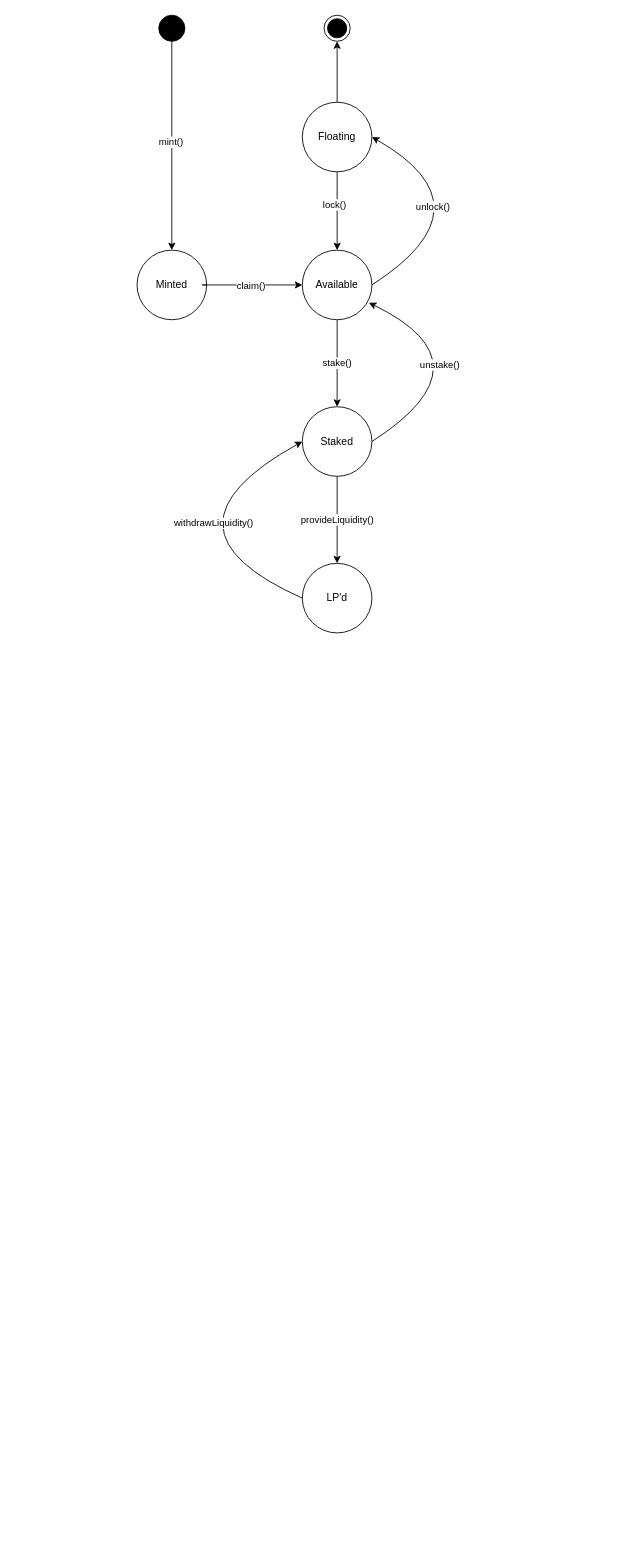
superfluid-org/fluid keeps this draw.io diagram as docs/supInLocker.drawio. Above is the earlier version. Source tidied: cells renumbered, new cells numbered last; positions are measured from the earlier drawing's top-left corner, leaving out a move shared by most shapes. Both pictures are drawn from the tidied source at 87%, with x=0, y=0 at pixel (137, 15).
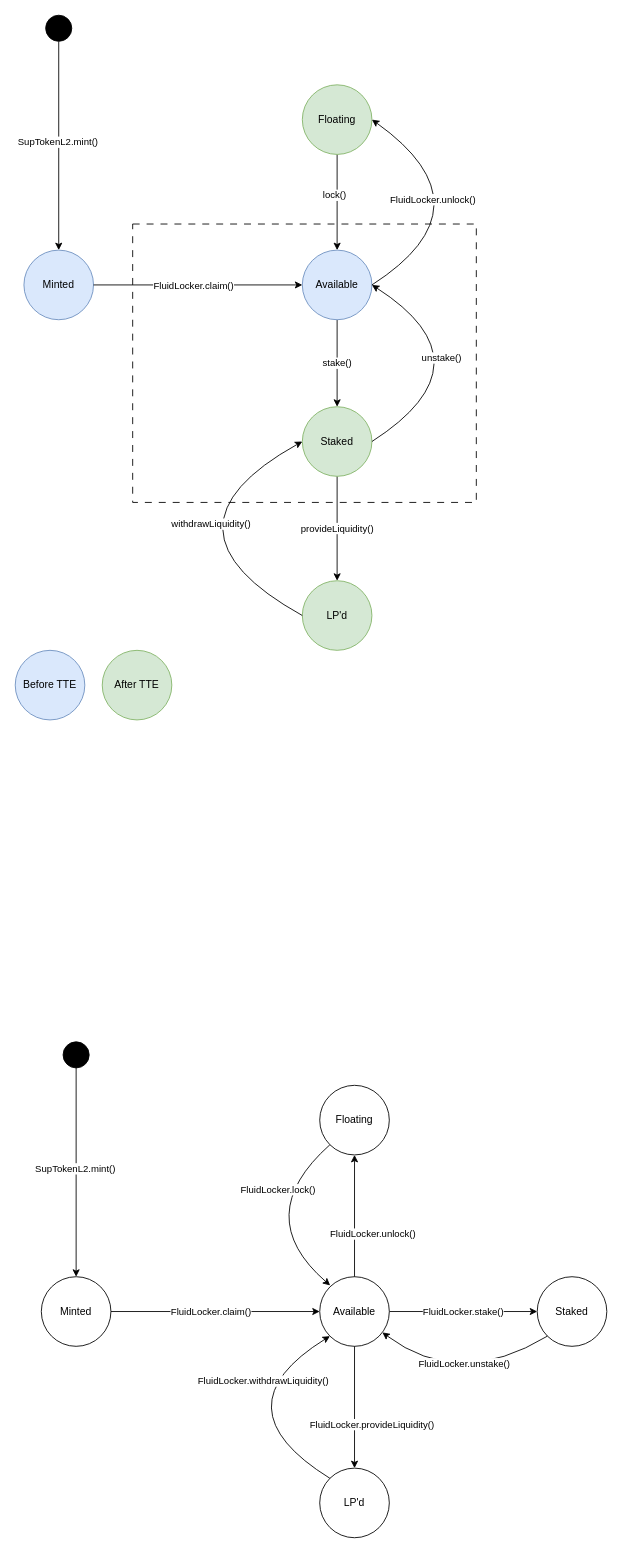
The same page after the edit.

Commit message:
design: propose new state machine

The change refers to these unchanged cells:
```xml
<mxCell id="17" style="edgeStyle=none;html=1;entryX=0.5;entryY=0;entryDx=0;entryDy=0;" parent="1" edge="1" source="19" target="21">
  <mxGeometry relative="1" as="geometry" />
</mxCell>
<mxCell id="22" style="edgeStyle=none;html=1;exitX=1;exitY=0.5;exitDx=0;exitDy=0;entryX=0;entryY=0.5;entryDx=0;entryDy=0;rounded=0;curved=0;" parent="1" edge="1" source="21" target="3">
  <mxGeometry relative="1" as="geometry">
    <Array as="points">
      <mxPoint x="75" y="310" />
    </Array>
  </mxGeometry>
</mxCell>
```

Change to the diagram source:
```diff
@@
+    <mxCell id="24" style="rounded=0;whiteSpace=wrap;html=1;dashed=1;dashPattern=8 8;" parent="1" vertex="1">
+      <mxGeometry x="-5" y="240" width="395" height="320" as="geometry" />
+    </mxCell>
@@
-    <mxCell id="3" value="Available" style="ellipse;whiteSpace=wrap;html=1;" parent="1" vertex="1">
+    <mxCell id="3" value="Available" style="ellipse;whiteSpace=wrap;html=1;fillColor=#dae8fc;strokeColor=#6c8ebf;" parent="1" vertex="1">
       <mxGeometry x="190" y="270" width="80" height="80" as="geometry" />
     </mxCell>
@@
-    <mxCell id="5" value="Staked" style="ellipse;whiteSpace=wrap;html=1;" parent="1" vertex="1">
+    <mxCell id="5" value="Staked" style="ellipse;whiteSpace=wrap;html=1;fillColor=#d5e8d4;strokeColor=#82b366;" parent="1" vertex="1">
       <mxGeometry x="190" y="450" width="80" height="80" as="geometry" />
     </mxCell>
-    <mxCell id="6" value="LP'd" style="ellipse;whiteSpace=wrap;html=1;" parent="1" vertex="1">
-      <mxGeometry x="190" y="630" width="80" height="80" as="geometry" />
+    <mxCell id="6" value="LP'd" style="ellipse;whiteSpace=wrap;html=1;fillColor=#d5e8d4;strokeColor=#82b366;" parent="1" vertex="1">
+      <mxGeometry x="190" y="650" width="80" height="80" as="geometry" />
     </mxCell>
@@
-    <mxCell id="9" style="edgeStyle=none;html=1;" parent="1" edge="1" source="10" target="20">
-      <mxGeometry relative="1" as="geometry" />
-    </mxCell>
-    <mxCell id="10" value="Floating" style="ellipse;whiteSpace=wrap;html=1;" parent="1" vertex="1">
-      <mxGeometry x="190" y="100" width="80" height="80" as="geometry" />
+    <mxCell id="10" value="Floating" style="ellipse;whiteSpace=wrap;html=1;fillColor=#d5e8d4;strokeColor=#82b366;" parent="1" vertex="1">
+      <mxGeometry x="190" y="80" width="80" height="80" as="geometry" />
     </mxCell>
@@
-    <mxCell id="13" style="curved=1;endArrow=classic;html=1;exitX=1;exitY=0.5;exitDx=0;exitDy=0;entryX=0.956;entryY=0.756;entryDx=0;entryDy=0;entryPerimeter=0;" parent="1" edge="1" source="5" target="3">
+    <mxCell id="13" style="curved=1;endArrow=classic;html=1;exitX=1;exitY=0.5;exitDx=0;exitDy=0;entryX=1;entryY=0.5;entryDx=0;entryDy=0;" parent="1" edge="1" source="5" target="3">
       <mxGeometry relative="1" as="geometry">
         <Array as="points">
           <mxPoint x="410" y="400" />
         </Array>
       </mxGeometry>
     </mxCell>
@@
-    <mxCell id="15" style="curved=1;endArrow=classic;html=1;exitX=1;exitY=0.5;exitDx=0;exitDy=0;entryX=1;entryY=0.5;entryDx=0;entryDy=0;" parent="1" edge="1" source="3" target="10">
+    <mxCell id="15" style="curved=1;endArrow=classic;html=1;exitX=1;exitY=0.5;exitDx=0;exitDy=0;entryX=1;entryY=0.5;entryDx=0;entryDy=0;" parent="1" edge="1" target="10">
       <mxGeometry relative="1" as="geometry">
+        <mxPoint x="270" y="310" as="sourcePoint" />
         <Array as="points">
           <mxPoint x="410" y="220" />
         </Array>
       </mxGeometry>
     </mxCell>
-    <mxCell id="16" value="unlock()" style="edgeLabel;html=1;align=center;verticalAlign=middle;" parent="15" vertex="1">
+    <mxCell id="16" value="FluidLocker.unlock()" style="edgeLabel;html=1;align=center;verticalAlign=middle;" parent="15" vertex="1">
       <mxGeometry x="0.42" y="-28" relative="1" as="geometry">
         <mxPoint x="-27" y="57" as="offset" />
       </mxGeometry>
     </mxCell>
@@
-    <mxCell id="18" value="mint()" style="edgeLabel;html=1;align=center;verticalAlign=middle;" parent="17" vertex="1">
+    <mxCell id="18" value="SupTokenL2.mint()" style="edgeLabel;html=1;align=center;verticalAlign=middle;" parent="17" vertex="1">
       <mxGeometry x="-0.04" y="-2" relative="1" as="geometry" />
     </mxCell>
     <mxCell id="19" style="ellipse;fillColor=strokeColor;html=1;" parent="1" vertex="1">
-      <mxGeometry x="25" width="30" height="30" as="geometry" />
+      <mxGeometry x="-105" width="30" height="30" as="geometry" />
     </mxCell>
-    <mxCell id="20" style="ellipse;html=1;shape=endState;fillColor=strokeColor;" parent="1" vertex="1">
-      <mxGeometry x="215" width="30" height="30" as="geometry" />
-    </mxCell>
-    <mxCell id="21" value="Minted" style="ellipse;whiteSpace=wrap;html=1;" parent="1" vertex="1">
-      <mxGeometry y="270" width="80" height="80" as="geometry" />
+    <mxCell id="21" value="Minted" style="ellipse;whiteSpace=wrap;html=1;fillColor=#dae8fc;strokeColor=#6c8ebf;" parent="1" vertex="1">
+      <mxGeometry x="-130" y="270" width="80" height="80" as="geometry" />
     </mxCell>
@@
-    <mxCell id="23" value="claim()" style="edgeLabel;html=1;align=center;verticalAlign=middle;" parent="22" vertex="1">
+    <mxCell id="23" value="FluidLocker.claim()" style="edgeLabel;html=1;align=center;verticalAlign=middle;" parent="22" vertex="1">
       <mxGeometry x="-0.09" y="-4" relative="1" as="geometry">
         <mxPoint x="5" y="-4" as="offset" />
       </mxGeometry>
     </mxCell>
+    <mxCell id="25" value="Before TTE" style="ellipse;whiteSpace=wrap;html=1;fillColor=#dae8fc;strokeColor=#6c8ebf;" parent="1" vertex="1">
+      <mxGeometry x="-140" y="730" width="80" height="80" as="geometry" />
+    </mxCell>
+    <mxCell id="26" value="After TTE" style="ellipse;whiteSpace=wrap;html=1;fillColor=#d5e8d4;strokeColor=#82b366;gradientColor=none;" parent="1" vertex="1">
+      <mxGeometry x="-40" y="730" width="80" height="80" as="geometry" />
+    </mxCell>
+    <mxCell id="27" value="FluidLocker.stake()" style="edgeStyle=none;html=1;" parent="1" edge="1" source="28" target="30">
+      <mxGeometry relative="1" as="geometry" />
+    </mxCell>
+    <mxCell id="28" value="Available" style="ellipse;whiteSpace=wrap;html=1;" parent="1" vertex="1">
+      <mxGeometry x="210" y="1450" width="80" height="80" as="geometry" />
+    </mxCell>
+    <mxCell id="29" value="FluidLocker.provideLiquidity()" style="edgeStyle=none;html=1;exitX=0.5;exitY=1;exitDx=0;exitDy=0;" parent="1" edge="1" source="28" target="31">
+      <mxGeometry x="0.29" y="20" relative="1" as="geometry" />
+    </mxCell>
+    <mxCell id="30" value="Staked" style="ellipse;whiteSpace=wrap;html=1;" parent="1" vertex="1">
+      <mxGeometry x="460" y="1450" width="80" height="80" as="geometry" />
+    </mxCell>
+    <mxCell id="31" value="LP'd" style="ellipse;whiteSpace=wrap;html=1;" parent="1" vertex="1">
+      <mxGeometry x="210" y="1670" width="80" height="80" as="geometry" />
+    </mxCell>
+    <mxCell id="32" style="edgeStyle=none;html=1;rounded=0;curved=1;exitX=0;exitY=1;exitDx=0;exitDy=0;" parent="1" edge="1" source="34">
+      <mxGeometry relative="1" as="geometry">
+        <mxPoint x="222" y="1460" as="targetPoint" />
+        <Array as="points">
+          <mxPoint x="130" y="1380" />
+        </Array>
+      </mxGeometry>
+    </mxCell>
+    <mxCell id="33" value="FluidLocker.lock()" style="edgeLabel;html=1;align=center;verticalAlign=middle;" parent="32" vertex="1">
+      <mxGeometry x="-0.09" y="-4" relative="1" as="geometry">
+        <mxPoint x="25" y="-20" as="offset" />
+      </mxGeometry>
+    </mxCell>
+    <mxCell id="34" value="Floating" style="ellipse;whiteSpace=wrap;html=1;" parent="1" vertex="1">
+      <mxGeometry x="210" y="1230" width="80" height="80" as="geometry" />
+    </mxCell>
+    <mxCell id="35" style="curved=1;endArrow=classic;html=1;entryX=0;entryY=1;entryDx=0;entryDy=0;exitX=0;exitY=0;exitDx=0;exitDy=0;" parent="1" edge="1" source="31" target="28">
+      <mxGeometry relative="1" as="geometry">
+        <Array as="points">
+          <mxPoint x="90" y="1600" />
+        </Array>
+      </mxGeometry>
+    </mxCell>
+    <mxCell id="36" value="FluidLocker.withdrawLiquidity()" style="edgeLabel;html=1;align=center;verticalAlign=middle;" parent="35" vertex="1">
+      <mxGeometry x="0.42" y="-28" relative="1" as="geometry">
+        <mxPoint x="-15" y="-20" as="offset" />
+      </mxGeometry>
+    </mxCell>
+    <mxCell id="37" style="curved=1;endArrow=classic;html=1;exitX=0;exitY=1;exitDx=0;exitDy=0;" parent="1" edge="1" source="30" target="28">
+      <mxGeometry relative="1" as="geometry">
+        <Array as="points">
+          <mxPoint x="370" y="1580" />
+        </Array>
+      </mxGeometry>
+    </mxCell>
+    <mxCell id="38" value="FluidLocker.unstake()" style="edgeLabel;html=1;align=center;verticalAlign=middle;" parent="37" vertex="1">
+      <mxGeometry x="0.42" y="-28" relative="1" as="geometry">
+        <mxPoint x="24" y="18" as="offset" />
+      </mxGeometry>
+    </mxCell>
+    <mxCell id="39" style="curved=0;endArrow=classic;html=1;exitX=0.5;exitY=0;exitDx=0;exitDy=0;entryX=0.5;entryY=1;entryDx=0;entryDy=0;rounded=0;" parent="1" edge="1" source="28" target="34">
+      <mxGeometry relative="1" as="geometry" />
+    </mxCell>
+    <mxCell id="40" value="FluidLocker.unlock()" style="edgeLabel;html=1;align=center;verticalAlign=middle;" parent="39" vertex="1">
+      <mxGeometry x="0.42" y="-28" relative="1" as="geometry">
+        <mxPoint x="-8" y="49" as="offset" />
+      </mxGeometry>
+    </mxCell>
+    <mxCell id="41" style="edgeStyle=none;html=1;entryX=0.5;entryY=0;entryDx=0;entryDy=0;" parent="1" edge="1" source="43" target="44">
+      <mxGeometry relative="1" as="geometry" />
+    </mxCell>
+    <mxCell id="42" value="SupTokenL2.mint()" style="edgeLabel;html=1;align=center;verticalAlign=middle;" parent="41" vertex="1">
+      <mxGeometry x="-0.04" y="-2" relative="1" as="geometry" />
+    </mxCell>
+    <mxCell id="43" style="ellipse;fillColor=strokeColor;html=1;" parent="1" vertex="1">
+      <mxGeometry x="-85" y="1180" width="30" height="30" as="geometry" />
+    </mxCell>
+    <mxCell id="44" value="Minted" style="ellipse;whiteSpace=wrap;html=1;" parent="1" vertex="1">
+      <mxGeometry x="-110" y="1450" width="80" height="80" as="geometry" />
+    </mxCell>
+    <mxCell id="45" style="edgeStyle=none;html=1;exitX=1;exitY=0.5;exitDx=0;exitDy=0;entryX=0;entryY=0.5;entryDx=0;entryDy=0;rounded=0;curved=0;" parent="1" edge="1" source="44" target="28">
+      <mxGeometry relative="1" as="geometry">
+        <Array as="points">
+          <mxPoint x="95" y="1490" />
+        </Array>
+      </mxGeometry>
+    </mxCell>
+    <mxCell id="46" value="FluidLocker.claim()" style="edgeLabel;html=1;align=center;verticalAlign=middle;" parent="45" vertex="1">
+      <mxGeometry x="-0.09" y="-4" relative="1" as="geometry">
+        <mxPoint x="5" y="-4" as="offset" />
+      </mxGeometry>
+    </mxCell>
```
